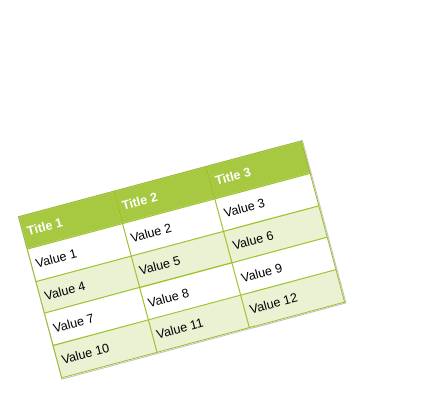
mrlong/hh keeps this draw.io diagram as 未命名表单.drawio. Above is the earlier version. Source tidied: cells renumbered, new cells numbered last; positions are measured from the earlier drawing's top-left corner, leaving out a move shared by most shapes. Both pictures are drawn from the tidied source at 105%, with x=0, y=0 at pixel (35, 175).
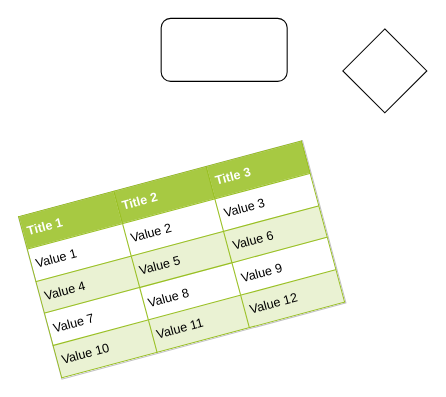
The same diagram, later.

Commit message:
更新未命名表单.drawio

Diff of the diagram source:
```diff
@@
 <mxGraphModel>
   <root>
     <mxCell id="0" />
     <mxCell id="1" parent="0" />
     <mxCell id="2" value="&lt;table border=&quot;1&quot; width=&quot;100%&quot; height=&quot;100%&quot; cellpadding=&quot;4&quot; style=&quot;width:100%;height:100%;border-collapse:collapse;&quot;&gt;&lt;tr style=&quot;background-color:#A7C942;color:#ffffff;border:1px solid #98bf21;&quot;&gt;&lt;th align=&quot;left&quot;&gt;Title 1&lt;/th&gt;&lt;th align=&quot;left&quot;&gt;Title 2&lt;/th&gt;&lt;th align=&quot;left&quot;&gt;Title 3&lt;/th&gt;&lt;/tr&gt;&lt;tr style=&quot;border:1px solid #98bf21;&quot;&gt;&lt;td&gt;Value 1&lt;/td&gt;&lt;td&gt;Value 2&lt;/td&gt;&lt;td&gt;Value 3&lt;/td&gt;&lt;/tr&gt;&lt;tr style=&quot;background-color:#EAF2D3;border:1px solid #98bf21;&quot;&gt;&lt;td&gt;Value 4&lt;/td&gt;&lt;td&gt;Value 5&lt;/td&gt;&lt;td&gt;Value 6&lt;/td&gt;&lt;/tr&gt;&lt;tr style=&quot;border:1px solid #98bf21;&quot;&gt;&lt;td&gt;Value 7&lt;/td&gt;&lt;td&gt;Value 8&lt;/td&gt;&lt;td&gt;Value 9&lt;/td&gt;&lt;/tr&gt;&lt;tr style=&quot;background-color:#EAF2D3;border:1px solid #98bf21;&quot;&gt;&lt;td&gt;Value 10&lt;/td&gt;&lt;td&gt;Value 11&lt;/td&gt;&lt;td&gt;Value 12&lt;/td&gt;&lt;/tr&gt;&lt;/table&gt;" style="text;html=1;strokeColor=#c0c0c0;fillColor=#ffffff;overflow=fill;rounded=0;rotation=-15;" parent="1" vertex="1">
       <mxGeometry width="280" height="160" as="geometry" />
     </mxCell>
+    <mxCell id="3" style="rounded=1;whiteSpace=wrap;html=1;" parent="1" vertex="1">
+      <mxGeometry x="120" y="-150" width="120" height="60" as="geometry" />
+    </mxCell>
+    <mxCell id="4" style="rhombus;whiteSpace=wrap;html=1;" parent="1" vertex="1">
+      <mxGeometry x="293" y="-140" width="80" height="80" as="geometry" />
+    </mxCell>
   </root>
 </mxGraphModel>
```
